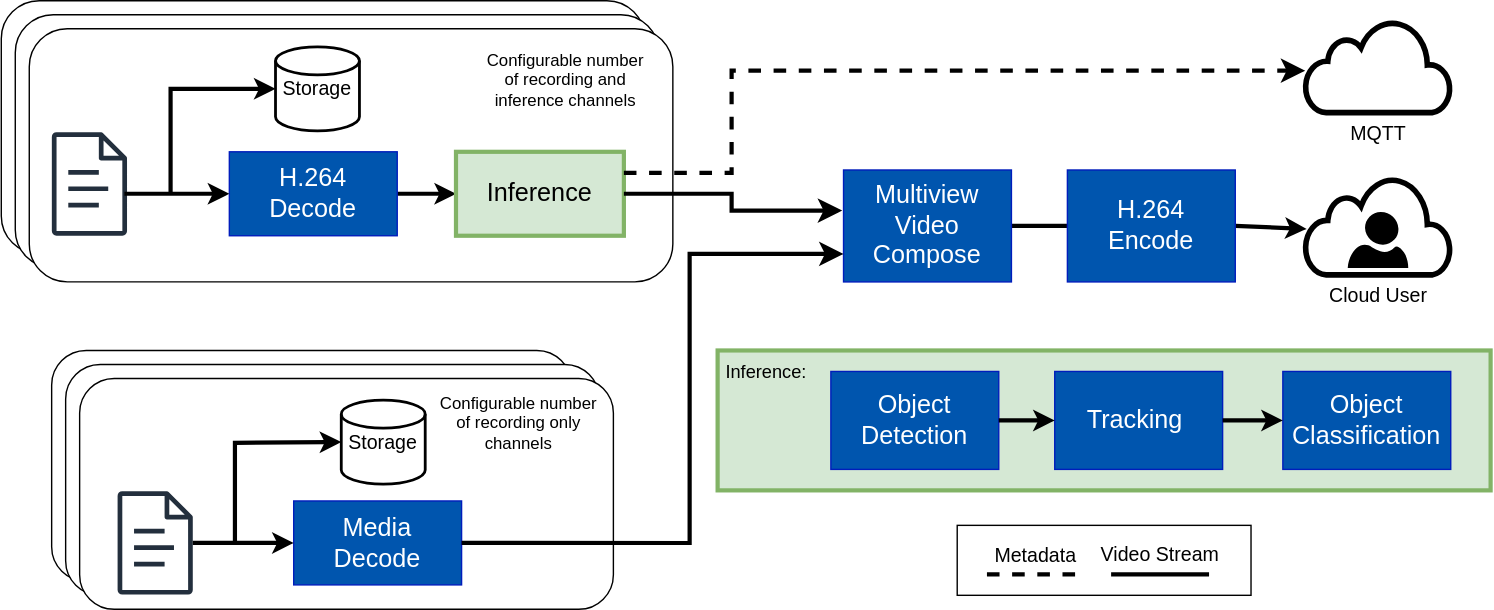
Above: tools/visual-pipeline-and-platform-evaluation-tool/pipelines/smartnvr/diagram.drawio.svg in open-edge-platform/edge-ai-libraries (draw.io), before the change. Source tidied: cells renumbered, new cells last; positions are measured from the earlier drawing's top-left corner, leaving out a move shared by most shapes. Source of this version:
```xml
<mxGraphModel background="#ffffff">
  <root>
    <mxCell id="0" />
    <mxCell id="1" parent="0" />
    <mxCell id="2" style="rounded=1;whiteSpace=wrap;html=1;strokeColor=default;strokeWidth=1;" parent="1" vertex="1">
      <mxGeometry width="460" height="181" as="geometry" />
    </mxCell>
    <mxCell id="3" style="rounded=1;whiteSpace=wrap;html=1;strokeColor=default;strokeWidth=1;" parent="1" vertex="1">
      <mxGeometry x="10" y="10" width="460" height="181" as="geometry" />
    </mxCell>
    <mxCell id="4" style="rounded=1;whiteSpace=wrap;html=1;strokeColor=default;strokeWidth=1;" parent="1" vertex="1">
      <mxGeometry x="20" y="20" width="460" height="181" as="geometry" />
    </mxCell>
    <mxCell id="5" style="rounded=1;whiteSpace=wrap;html=1;strokeColor=default;strokeWidth=1;" parent="1" vertex="1">
      <mxGeometry x="36" y="250" width="371.5" height="165" as="geometry" />
    </mxCell>
    <mxCell id="6" style="rounded=1;whiteSpace=wrap;html=1;strokeColor=default;strokeWidth=1;" parent="1" vertex="1">
      <mxGeometry x="46" y="260" width="381.5" height="165" as="geometry" />
    </mxCell>
    <mxCell id="7" style="rounded=1;whiteSpace=wrap;html=1;strokeColor=default;strokeWidth=1;" parent="1" vertex="1">
      <mxGeometry x="56" y="270" width="381.5" height="165" as="geometry" />
    </mxCell>
    <mxCell id="8" style="edgeStyle=none;html=1;fillColor=#0050ef;strokeColor=#001DBC;" parent="1" edge="1">
      <mxGeometry relative="1" as="geometry">
        <mxPoint x="89" y="53" as="sourcePoint" />
      </mxGeometry>
    </mxCell>
    <mxCell id="9" style="edgeStyle=none;html=1;entryX=0;entryY=0.75;entryDx=0;entryDy=0;fillColor=#0050ef;strokeColor=#001DBC;" parent="1" edge="1">
      <mxGeometry relative="1" as="geometry">
        <mxPoint x="79.5" y="133" as="sourcePoint" />
      </mxGeometry>
    </mxCell>
    <mxCell id="10" style="edgeStyle=none;html=1;dashed=1;shape=link;fillColor=#0050ef;strokeColor=#001DBC;" parent="1" edge="1">
      <mxGeometry relative="1" as="geometry">
        <mxPoint x="49" y="93" as="targetPoint" />
      </mxGeometry>
    </mxCell>
    <mxCell id="11" style="edgeStyle=none;html=1;entryX=0;entryY=0.5;entryDx=0;entryDy=0;fillColor=#0050ef;strokeColor=#001DBC;" parent="1" edge="1">
      <mxGeometry relative="1" as="geometry">
        <mxPoint x="249" y="53" as="sourcePoint" />
      </mxGeometry>
    </mxCell>
    <mxCell id="12" style="sketch=0;fontColor=#232F3E;gradientColor=none;fillColor=#232F3D;strokeColor=none;dashed=0;verticalLabelPosition=bottom;verticalAlign=top;align=center;html=1;fontSize=12;fontStyle=0;shape=mxgraph.aws4.document;" parent="1" vertex="1">
      <mxGeometry x="36" y="94.1" width="54" height="73.9" as="geometry" />
    </mxCell>
    <mxCell id="13" value="Storage" style="strokeWidth=2;html=1;shape=mxgraph.flowchart.database;whiteSpace=wrap;fontSize=14;" parent="1" vertex="1">
      <mxGeometry x="196" y="33" width="60" height="60" as="geometry" />
    </mxCell>
    <mxCell id="14" style="edgeStyle=none;html=1;exitX=1;exitY=0.5;exitDx=0;exitDy=0;entryX=0;entryY=0.5;entryDx=0;entryDy=0;strokeWidth=3;" parent="1" edge="1" source="15" target="16">
      <mxGeometry relative="1" as="geometry" />
    </mxCell>
    <mxCell id="15" value="H.264&lt;br&gt;Decode" style="rounded=0;whiteSpace=wrap;html=1;fillColor=light-dark(#0055ae, #6db2ff);fontColor=#ffffff;strokeColor=#001DBC;fontSize=18;" parent="1" vertex="1">
      <mxGeometry x="163" y="108" width="120" height="60" as="geometry" />
    </mxCell>
    <mxCell id="16" value="Inference" style="rounded=0;whiteSpace=wrap;html=1;fillColor=#d5e8d4;strokeColor=#82b366;fontSize=18;strokeWidth=3;" parent="1" vertex="1">
      <mxGeometry x="325" y="108" width="120" height="60" as="geometry" />
    </mxCell>
    <mxCell id="17" style="edgeStyle=none;html=1;exitX=1;exitY=0.5;exitDx=0;exitDy=0;entryX=0;entryY=0.5;entryDx=0;entryDy=0;rounded=0;curved=0;strokeWidth=3;" parent="1" edge="1" source="18" target="20">
      <mxGeometry relative="1" as="geometry">
        <Array as="points">
          <mxPoint x="838" y="161" />
        </Array>
      </mxGeometry>
    </mxCell>
    <mxCell id="18" value="Multiview Video Compose" style="rounded=0;whiteSpace=wrap;html=1;fillColor=light-dark(#0055ae, #6db2ff);fontColor=#ffffff;strokeColor=#001DBC;fontSize=18;" parent="1" vertex="1">
      <mxGeometry x="602" y="121" width="120" height="80" as="geometry" />
    </mxCell>
    <mxCell id="19" style="edgeStyle=none;html=1;exitX=1;exitY=0.5;exitDx=0;exitDy=0;strokeWidth=3;entryX=0.01;entryY=0.53;entryDx=0;entryDy=0;entryPerimeter=0;" parent="1" edge="1" source="20" target="22">
      <mxGeometry relative="1" as="geometry" />
    </mxCell>
    <mxCell id="20" value="H.264 &lt;br&gt;Encode" style="rounded=0;whiteSpace=wrap;html=1;fillColor=light-dark(#0055ae, #6db2ff);fontColor=#ffffff;strokeColor=#001DBC;fontSize=18;" parent="1" vertex="1">
      <mxGeometry x="762" y="121" width="120" height="80" as="geometry" />
    </mxCell>
    <mxCell id="21" value="MQTT" style="html=1;verticalLabelPosition=bottom;align=center;labelBackgroundColor=#ffffff;verticalAlign=top;strokeWidth=4;shadow=0;dashed=0;shape=mxgraph.ios7.icons.cloud;fontSize=14;" parent="1" vertex="1">
      <mxGeometry x="932" y="14" width="104" height="66" as="geometry" />
    </mxCell>
    <mxCell id="22" value="Cloud User" style="html=1;verticalLabelPosition=bottom;align=center;labelBackgroundColor=#ffffff;verticalAlign=top;strokeWidth=4;strokeColor=light-dark(#000000, #32a0ff);shadow=0;dashed=0;shape=mxgraph.ios7.icons.cloud;fontSize=14;" parent="1" vertex="1">
      <mxGeometry x="932" y="126" width="104" height="70" as="geometry" />
    </mxCell>
    <mxCell id="23" style="verticalLabelPosition=bottom;html=1;verticalAlign=top;align=center;strokeColor=none;fillColor=#000000;shape=mxgraph.azure.user;" parent="1" vertex="1">
      <mxGeometry x="962.4" y="151" width="43.2" height="40" as="geometry" />
    </mxCell>
    <mxCell id="24" style="endArrow=classic;html=1;entryX=0;entryY=0.5;entryDx=0;entryDy=0;strokeWidth=3;" parent="1" edge="1" target="15">
      <mxGeometry relative="1" as="geometry">
        <mxPoint x="88" y="138" as="sourcePoint" />
      </mxGeometry>
    </mxCell>
    <mxCell id="25" style="endArrow=classic;html=1;rounded=0;curved=0;entryX=0;entryY=0.5;entryDx=0;entryDy=0;entryPerimeter=0;strokeWidth=3;" parent="1" edge="1" target="13">
      <mxGeometry relative="1" as="geometry">
        <mxPoint x="121" y="138" as="sourcePoint" />
        <Array as="points">
          <mxPoint x="121" y="63" />
        </Array>
      </mxGeometry>
    </mxCell>
    <mxCell id="26" style="sketch=0;outlineConnect=0;fontColor=#232F3E;gradientColor=none;fillColor=#232F3D;strokeColor=none;dashed=0;verticalLabelPosition=bottom;verticalAlign=top;align=center;html=1;fontSize=12;fontStyle=0;shape=mxgraph.aws4.document;" parent="1" vertex="1">
      <mxGeometry x="83" y="350.6" width="54" height="73.9" as="geometry" />
    </mxCell>
    <mxCell id="27" value="Storage" style="strokeWidth=2;html=1;shape=mxgraph.flowchart.database;whiteSpace=wrap;fontSize=14;" parent="1" vertex="1">
      <mxGeometry x="243" y="285.5" width="60" height="60" as="geometry" />
    </mxCell>
    <mxCell id="28" value="Media&lt;br&gt;Decode" style="rounded=0;whiteSpace=wrap;html=1;fillColor=light-dark(#0055ae, #6db2ff);fontColor=#ffffff;strokeColor=#001DBC;fontSize=18;" parent="1" vertex="1">
      <mxGeometry x="209" y="357.6" width="120" height="60" as="geometry" />
    </mxCell>
    <mxCell id="29" style="endArrow=classic;html=1;entryX=0;entryY=0.5;entryDx=0;entryDy=0;strokeWidth=3;" parent="1" edge="1" source="26" target="28">
      <mxGeometry relative="1" as="geometry" />
    </mxCell>
    <mxCell id="30" style="endArrow=classic;html=1;rounded=0;curved=0;entryX=0;entryY=0.5;entryDx=0;entryDy=0;entryPerimeter=0;strokeWidth=3;" parent="1" edge="1" target="27">
      <mxGeometry relative="1" as="geometry">
        <mxPoint x="167" y="387" as="sourcePoint" />
        <Array as="points">
          <mxPoint x="167" y="316" />
        </Array>
      </mxGeometry>
    </mxCell>
    <mxCell id="31" value="Configurable number of recording and inference channels" style="rounded=1;whiteSpace=wrap;html=1;strokeColor=none;opacity=0;" parent="1" vertex="1">
      <mxGeometry x="345.5" y="33" width="114.5" height="47" as="geometry" />
    </mxCell>
    <mxCell id="32" value="Configurable number of recording only channels" style="rounded=1;whiteSpace=wrap;html=1;strokeColor=none;opacity=0;" parent="1" vertex="1">
      <mxGeometry x="312" y="280" width="115.5" height="44" as="geometry" />
    </mxCell>
    <mxCell id="33" style="edgeStyle=segmentEdgeStyle;endArrow=classic;html=1;curved=0;rounded=0;endSize=8;startSize=8;exitX=1;exitY=0.5;exitDx=0;exitDy=0;entryX=0;entryY=0.75;entryDx=0;entryDy=0;strokeWidth=3;" parent="1" edge="1" source="28" target="18">
      <mxGeometry relative="1" as="geometry">
        <Array as="points">
          <mxPoint x="492" y="388" />
          <mxPoint x="492" y="181" />
        </Array>
      </mxGeometry>
    </mxCell>
    <mxCell id="34" style="edgeStyle=segmentEdgeStyle;endArrow=classic;html=1;curved=0;rounded=0;endSize=8;startSize=8;strokeWidth=3;exitX=1;exitY=0.5;exitDx=0;exitDy=0;entryX=-0.008;entryY=0.363;entryDx=0;entryDy=0;entryPerimeter=0;" parent="1" edge="1" source="16" target="18">
      <mxGeometry relative="1" as="geometry">
        <Array as="points">
          <mxPoint x="522" y="138" />
          <mxPoint x="522" y="150" />
        </Array>
      </mxGeometry>
    </mxCell>
    <mxCell id="35" style="edgeStyle=elbowEdgeStyle;elbow=horizontal;endArrow=classic;html=1;curved=0;rounded=0;endSize=8;startSize=8;strokeWidth=3;dashed=1;exitX=1;exitY=0.25;exitDx=0;exitDy=0;" parent="1" edge="1" source="16" target="21">
      <mxGeometry relative="1" as="geometry">
        <Array as="points">
          <mxPoint x="522" y="50" />
        </Array>
      </mxGeometry>
    </mxCell>
    <mxCell id="36" value="Metadata" style="endArrow=none;dashed=1;html=1;strokeWidth=3;fontSize=14;" parent="1" edge="1">
      <mxGeometry x="-0.03" y="13" relative="1" as="geometry">
        <mxPoint x="704.5" y="410" as="sourcePoint" />
        <mxPoint x="774.5" y="410" as="targetPoint" />
      </mxGeometry>
    </mxCell>
    <mxCell id="37" value="Video Stream" style="endArrow=none;html=1;strokeWidth=3;fontSize=14;" parent="1" edge="1">
      <mxGeometry y="14" relative="1" as="geometry">
        <mxPoint x="793.2" y="410" as="sourcePoint" />
        <mxPoint x="863.2" y="410" as="targetPoint" />
      </mxGeometry>
    </mxCell>
    <mxCell id="38" style="rounded=0;whiteSpace=wrap;html=1;strokeWidth=1;fillColor=none;" parent="1" vertex="1">
      <mxGeometry x="683.2" y="375" width="210" height="50" as="geometry" />
    </mxCell>
    <mxCell id="39" style="rounded=0;whiteSpace=wrap;html=1;fillColor=#d5e8d4;strokeColor=#82b366;fontSize=18;strokeWidth=3;" parent="1" vertex="1">
      <mxGeometry x="512" y="250" width="552.5" height="100" as="geometry" />
    </mxCell>
    <mxCell id="40" value="Object&lt;br&gt;Detection" style="rounded=0;whiteSpace=wrap;html=1;fillColor=light-dark(#0055ae, #6db2ff);fontColor=#ffffff;strokeColor=#001DBC;fontSize=18;" parent="1" vertex="1">
      <mxGeometry x="593" y="265" width="120" height="70" as="geometry" />
    </mxCell>
    <mxCell id="41" value="Tracking&lt;span style=&quot;font-family: monospace; font-size: 0px; text-align: start; text-wrap-mode: nowrap;&quot;&gt;%3CmxGraphModel%3E%3Croot%3E%3CmxCell%20id%3D%220%22%2F%3E%3CmxCell%20id%3D%221%22%20parent%3D%220%22%2F%3E%3CmxCell%20id%3D%222%22%20value%3D%22Object%26lt%3Bbr%26gt%3BDetection%22%20style%3D%22rounded%3D0%3BwhiteSpace%3Dwrap%3Bhtml%3D1%3BfillColor%3D%230050ef%3BfontColor%3D%23ffffff%3BstrokeColor%3D%23001DBC%3BfontSize%3D18%3B%22%20vertex%3D%221%22%20parent%3D%221%22%3E%3CmxGeometry%20x%3D%22380%22%20y%3D%22490%22%20width%3D%22120%22%20height%3D%2270%22%20as%3D%22geometry%22%2F%3E%3C%2FmxCell%3E%3C%2Froot%3E%3C%2FmxGraphModel%3E&lt;/span&gt;" style="rounded=0;whiteSpace=wrap;html=1;fillColor=light-dark(#0055ae, #6db2ff);fontColor=#ffffff;strokeColor=#001DBC;fontSize=18;" parent="1" vertex="1">
      <mxGeometry x="753" y="265" width="120" height="70" as="geometry" />
    </mxCell>
    <mxCell id="42" value="Object&lt;br&gt;Classification" style="rounded=0;whiteSpace=wrap;html=1;fillColor=light-dark(#0055ae, #6db2ff);fontColor=#ffffff;strokeColor=#001DBC;fontSize=18;" parent="1" vertex="1">
      <mxGeometry x="916" y="265" width="120" height="70" as="geometry" />
    </mxCell>
    <mxCell id="43" style="edgeStyle=none;html=1;exitX=1;exitY=0.5;exitDx=0;exitDy=0;entryX=0;entryY=0.5;entryDx=0;entryDy=0;strokeWidth=3;" parent="1" edge="1" source="40" target="41">
      <mxGeometry relative="1" as="geometry" />
    </mxCell>
    <mxCell id="44" style="edgeStyle=none;html=1;exitX=1;exitY=0.5;exitDx=0;exitDy=0;entryX=0;entryY=0.5;entryDx=0;entryDy=0;strokeWidth=3;" parent="1" edge="1" source="41" target="42">
      <mxGeometry relative="1" as="geometry" />
    </mxCell>
    <mxCell id="45" value="Inference:" style="rounded=1;whiteSpace=wrap;html=1;strokeColor=none;opacity=0;fontSize=13;" parent="1" vertex="1">
      <mxGeometry x="502" y="250" width="90" height="30" as="geometry" />
    </mxCell>
  </root>
</mxGraphModel>
```
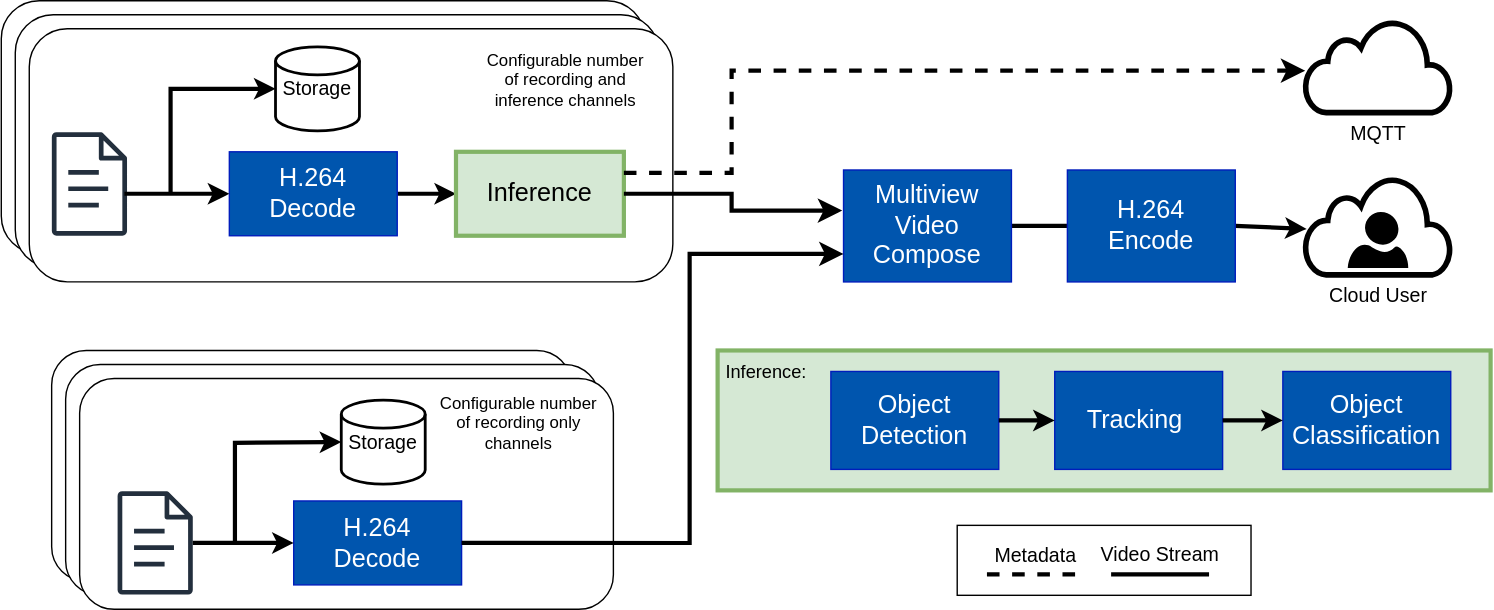
The same file after the commit.

Commit message:
[VIPPET][SmartNVR] Update pipeline diagram

The edit, as a diff of the source:
```diff
@@ -99,7 +99,7 @@
     <mxCell id="27" value="Storage" style="strokeWidth=2;html=1;shape=mxgraph.flowchart.database;whiteSpace=wrap;fontSize=14;" parent="1" vertex="1">
       <mxGeometry x="243" y="285.5" width="60" height="60" as="geometry" />
     </mxCell>
-    <mxCell id="28" value="Media&lt;br&gt;Decode" style="rounded=0;whiteSpace=wrap;html=1;fillColor=light-dark(#0055ae, #6db2ff);fontColor=#ffffff;strokeColor=#001DBC;fontSize=18;" parent="1" vertex="1">
+    <mxCell id="28" value="H.264&lt;br&gt;Decode" style="rounded=0;whiteSpace=wrap;html=1;fillColor=light-dark(#0055ae, #6db2ff);fontColor=#ffffff;strokeColor=#001DBC;fontSize=18;" parent="1" vertex="1">
       <mxGeometry x="209" y="357.6" width="120" height="60" as="geometry" />
     </mxCell>
     <mxCell id="29" style="endArrow=classic;html=1;entryX=0;entryY=0.5;entryDx=0;entryDy=0;strokeWidth=3;" parent="1" edge="1" source="26" target="28">
```
